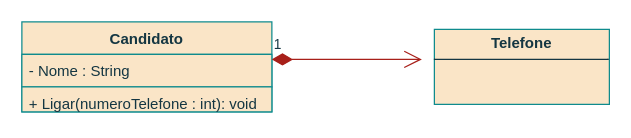
This is fundamentos-programacao-oo2/Diagrama sem nome.drawio from steph-sant/dio-trilha-java-basico, a draw.io file, before an edit. Source tidied: cells renumbered, new cells numbered last; positions are measured from the earlier drawing's top-left corner, leaving out a move shared by most shapes. Both pictures are drawn from the tidied source at 125%, with x=0, y=0 at pixel (21, 21).
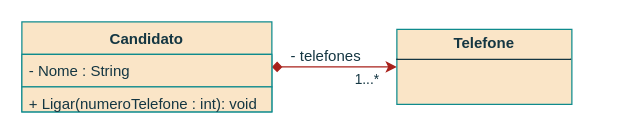
Above is the later version.

The edit, as a diff of the source:
```diff
@@
 <mxGraphModel>
   <root>
     <mxCell id="0" />
     <mxCell id="1" parent="0" />
+    <mxCell id="7" style="edgeStyle=orthogonalEdgeStyle;rounded=0;jettySize=auto;html=1;strokeColor=#A8201A;fontColor=#143642;fillColor=#FAE5C7;startArrow=diamond;startFill=1;" parent="1" edge="1" source="2" target="5">
+      <mxGeometry relative="1" as="geometry" />
+    </mxCell>
+    <mxCell id="8" value="1...*" style="edgeLabel;html=1;align=center;verticalAlign=middle;strokeColor=#0F8B8D;fontColor=#143642;fillColor=#FAE5C7;" parent="7" vertex="1">
+      <mxGeometry x="0.49" relative="1" as="geometry">
+        <mxPoint y="9" as="offset" />
+      </mxGeometry>
+    </mxCell>
     <mxCell id="2" value="Candidato" style="swimlane;fontStyle=1;align=center;verticalAlign=top;horizontal=1;startSize=26;whiteSpace=wrap;html=1;fillColor=#FAE5C7;strokeColor=#0F8B8D;labelBackgroundColor=none;fontColor=#143642;" parent="1" vertex="1">
       <mxGeometry width="200" height="72" as="geometry" />
     </mxCell>
     <mxCell id="3" value="- Nome : String" style="text;strokeColor=#0F8B8D;fillColor=#FAE5C7;align=left;verticalAlign=top;spacingLeft=4;spacingRight=4;overflow=hidden;whiteSpace=wrap;html=1;labelBackgroundColor=none;fontColor=#143642;" parent="2" vertex="1">
       <mxGeometry y="26" width="200" height="26" as="geometry" />
     </mxCell>
     <mxCell id="4" value="+ Ligar(numeroTelefone : int): void" style="text;strokeColor=#0F8B8D;fillColor=#FAE5C7;align=left;verticalAlign=top;spacingLeft=4;spacingRight=4;overflow=hidden;whiteSpace=wrap;html=1;labelBackgroundColor=none;fontColor=#143642;" parent="2" vertex="1">
       <mxGeometry y="52" width="200" height="20" as="geometry" />
     </mxCell>
     <mxCell id="5" value="&lt;p style=&quot;margin:0px;margin-top:4px;text-align:center;&quot;&gt;&lt;b&gt;Telefone&lt;/b&gt;&lt;/p&gt;&lt;hr size=&quot;1&quot; style=&quot;border-style:solid;&quot;&gt;&lt;div style=&quot;height:2px;&quot;&gt;&lt;/div&gt;" style="verticalAlign=top;align=left;overflow=fill;html=1;whiteSpace=wrap;strokeColor=#0F8B8D;fontColor=#143642;fillColor=#FAE5C7;" parent="1" vertex="1">
-      <mxGeometry x="330" y="6" width="140" height="60" as="geometry" />
+      <mxGeometry x="300" y="6" width="140" height="60" as="geometry" />
     </mxCell>
-    <mxCell id="6" value="1" style="endArrow=open;html=1;endSize=12;startArrow=diamondThin;startSize=14;startFill=1;edgeStyle=orthogonalEdgeStyle;align=left;verticalAlign=bottom;rounded=0;strokeColor=#A8201A;fontColor=#143642;fillColor=#FAE5C7;" parent="1" edge="1">
-      <mxGeometry x="-1" y="3" relative="1" as="geometry">
-        <mxPoint x="200" y="30" as="sourcePoint" />
-        <mxPoint x="320" y="30" as="targetPoint" />
-      </mxGeometry>
-    </mxCell>
+    <mxCell id="9" value="- telefones" style="text;html=1;align=center;verticalAlign=middle;strokeColor=none;fillColor=none;fontColor=#143642;" parent="1" vertex="1">
+      <mxGeometry x="203" y="13" width="80" height="30" as="geometry" />
+    </mxCell>
   </root>
 </mxGraphModel>
```
